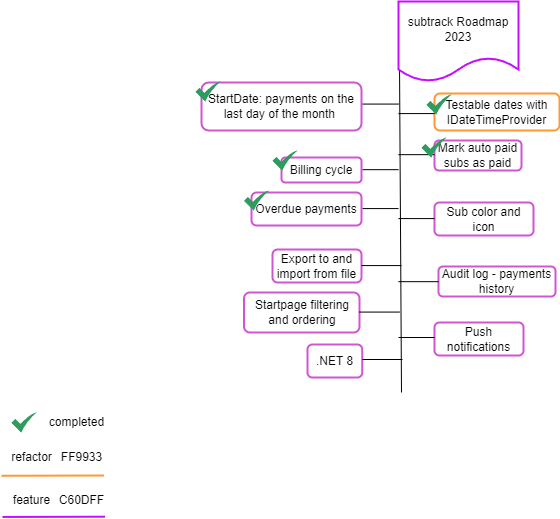
Before: docs/roadmap.png, a diagram exported from draw.io (Code2Gether-Discord/subtrack). Source tidied: cells renumbered, new cells last; positions are measured from the earlier drawing's top-left corner, leaving out a move shared by most shapes.
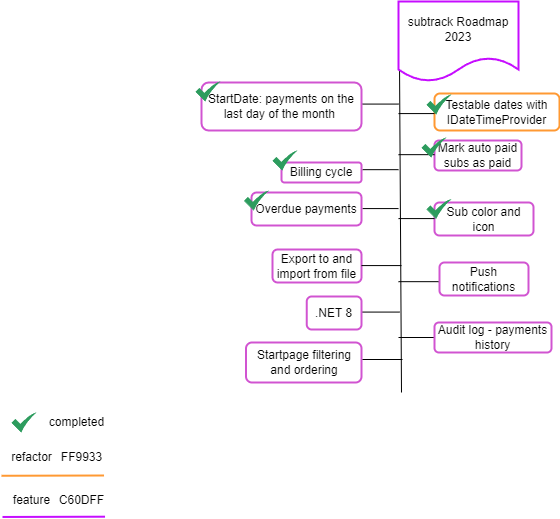
The same diagram one commit later.

Change to the diagram source:
```diff
@@ -18,7 +18,7 @@
       </mxGeometry>
     </mxCell>
     <mxCell id="5" value="Billing cycle" style="rounded=1;whiteSpace=wrap;html=1;labelBackgroundColor=none;labelBorderColor=none;strokeColor=#D154D1;strokeWidth=2;fontColor=#030303;fillColor=#FFFFFF;" parent="1" vertex="1">
-      <mxGeometry x="280" y="156" width="80" height="25" as="geometry" />
+      <mxGeometry x="280" y="161" width="80" height="20" as="geometry" />
     </mxCell>
     <mxCell id="6" style="endArrow=none;html=1;rounded=1;strokeColor=#C60DFF;fontColor=#030303;strokeWidth=2;entryX=0.836;entryY=1.04;entryDx=0;entryDy=0;entryPerimeter=0;" parent="1" edge="1" target="7">
       <mxGeometry relative="1" as="geometry">
@@ -71,7 +71,7 @@
       </mxGeometry>
     </mxCell>
     <mxCell id="18" value="Push notifications" style="rounded=1;whiteSpace=wrap;html=1;labelBackgroundColor=none;labelBorderColor=none;strokeColor=#D154D1;strokeWidth=2;fontColor=#030303;fillColor=#FFFFFF;" parent="1" vertex="1">
-      <mxGeometry x="433" y="321" width="89" height="33" as="geometry" />
+      <mxGeometry x="438" y="261" width="89" height="33" as="geometry" />
     </mxCell>
     <mxCell id="19" style="edgeStyle=none;rounded=1;html=1;strokeColor=default;fontColor=#030303;endArrow=none;endFill=0;" parent="1" edge="1">
       <mxGeometry relative="1" as="geometry">
@@ -110,7 +110,7 @@
       </mxGeometry>
     </mxCell>
     <mxCell id="27" value="Audit log - payments history" style="rounded=1;whiteSpace=wrap;html=1;labelBackgroundColor=none;labelBorderColor=none;strokeColor=#D154D1;strokeWidth=2;fontColor=#030303;fillColor=#FFFFFF;" parent="1" vertex="1">
-      <mxGeometry x="437" y="265" width="117" height="30" as="geometry" />
+      <mxGeometry x="433" y="321" width="117" height="30" as="geometry" />
     </mxCell>
     <mxCell id="28" style="edgeStyle=none;rounded=1;html=1;strokeColor=default;fontColor=#030303;endArrow=none;endFill=0;" parent="1" edge="1">
       <mxGeometry relative="1" as="geometry">
@@ -119,7 +119,7 @@
       </mxGeometry>
     </mxCell>
     <mxCell id="29" value="Startpage filtering and ordering" style="rounded=1;whiteSpace=wrap;html=1;labelBackgroundColor=none;labelBorderColor=none;strokeColor=#D154D1;strokeWidth=2;fontColor=#030303;fillColor=#FFFFFF;" parent="1" vertex="1">
-      <mxGeometry x="242.5" y="291" width="115.5" height="40" as="geometry" />
+      <mxGeometry x="244.5" y="341" width="115.5" height="40" as="geometry" />
     </mxCell>
     <mxCell id="30" style="edgeStyle=none;rounded=1;html=1;strokeColor=default;fontColor=#030303;endArrow=none;endFill=0;" parent="1" edge="1">
       <mxGeometry relative="1" as="geometry">
@@ -146,7 +146,7 @@
       <mxGeometry x="242.5" y="189" width="25" height="20" as="geometry" />
     </mxCell>
     <mxCell id="37" value=".NET 8" style="rounded=1;whiteSpace=wrap;html=1;labelBackgroundColor=none;labelBorderColor=none;strokeColor=#D154D1;strokeWidth=2;fontColor=#030303;fillColor=#FFFFFF;" parent="1" vertex="1">
-      <mxGeometry x="306" y="343" width="54.8" height="33" as="geometry" />
+      <mxGeometry x="305.2" y="295" width="54.8" height="33" as="geometry" />
     </mxCell>
     <mxCell id="38" style="edgeStyle=none;rounded=1;html=1;strokeColor=default;fontColor=#030303;endArrow=none;endFill=0;" parent="1" edge="1">
       <mxGeometry relative="1" as="geometry">
@@ -154,5 +154,8 @@
         <mxPoint x="401" y="358" as="targetPoint" />
       </mxGeometry>
     </mxCell>
+    <mxCell id="39" style="sketch=0;html=1;strokeColor=none;shadow=0;align=center;verticalAlign=top;fillColor=#2D9C5E;shape=mxgraph.gcp2.check;" parent="1" vertex="1">
+      <mxGeometry x="425" y="197.5" width="25" height="20" as="geometry" />
+    </mxCell>
   </root>
 </mxGraphModel>
```
